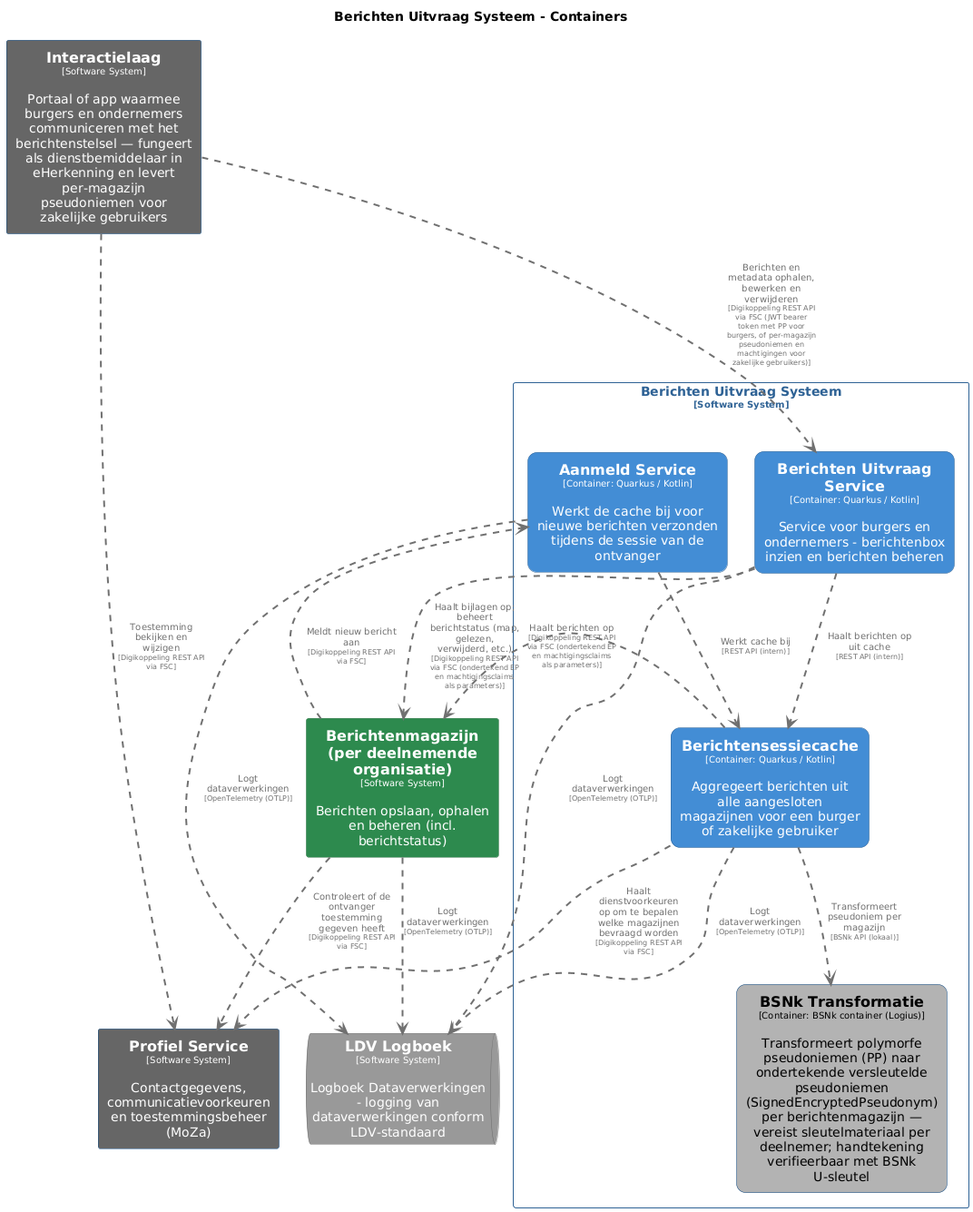
Earlier version of the PlantUML export pr-preview/pr-22/master/png/BerichtenUitvraagSysteemContainers.png (MinBZK/moza-poc-fbs-berichtenbox).
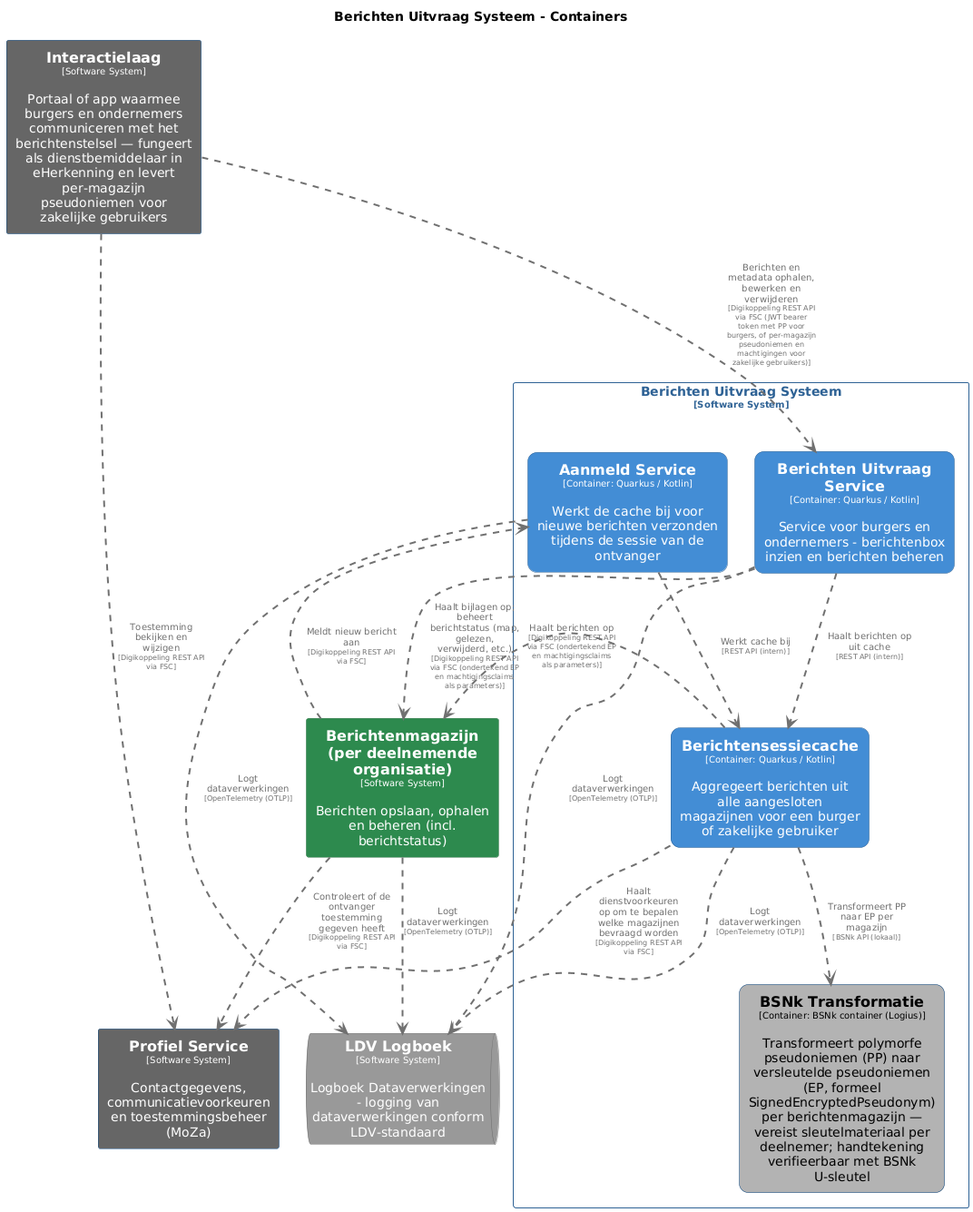
The same diagram one commit later.

Diff of the diagram source:
```diff
@@ -81,7 +81,7 @@
 rectangle "Berichten Uitvraag Systeem\n<size:10>[Software System]</size>" <<BerichtenUitvraagSysteem>> {
   rectangle "==Berichtensessiecache\n<size:10>[Container: Quarkus / Kotlin]</size>\n\nAggregeert berichten uit alle aangesloten magazijnen voor een burger of zakelijke gebruiker" <<BerichtenUitvraagSysteem.Berichtensessiecache>> as BerichtenUitvraagSysteem.Berichtensessiecache
   rectangle "==Berichten Uitvraag Service\n<size:10>[Container: Quarkus / Kotlin]</size>\n\nService voor burgers en ondernemers - berichtenbox inzien en berichten beheren" <<BerichtenUitvraagSysteem.BerichtenUitvraagService>> as BerichtenUitvraagSysteem.BerichtenUitvraagService
-  rectangle "==BSNk Transformatie\n<size:10>[Container: BSNk container (Logius)]</size>\n\nTransformeert polymorfe pseudoniemen (PP) naar ondertekende versleutelde pseudoniemen (SignedEncryptedPseudonym) per berichtenmagazijn — vereist sleutelmateriaal per deelnemer; handtekening verifieerbaar met BSNk U-sleutel" <<BerichtenUitvraagSysteem.BSNkTransformatie>> as BerichtenUitvraagSysteem.BSNkTransformatie
+  rectangle "==BSNk Transformatie\n<size:10>[Container: BSNk container (Logius)]</size>\n\nTransformeert polymorfe pseudoniemen (PP) naar versleutelde pseudoniemen (EP, formeel SignedEncryptedPseudonym) per berichtenmagazijn — vereist sleutelmateriaal per deelnemer; handtekening verifieerbaar met BSNk U-sleutel" <<BerichtenUitvraagSysteem.BSNkTransformatie>> as BerichtenUitvraagSysteem.BSNkTransformatie
   rectangle "==Aanmeld Service\n<size:10>[Container: Quarkus / Kotlin]</size>\n\nWerkt de cache bij voor nieuwe berichten verzonden tijdens de sessie van de ontvanger" <<BerichtenUitvraagSysteem.AanmeldService>> as BerichtenUitvraagSysteem.AanmeldService
 }
 
@@ -92,7 +92,7 @@
 BerichtenUitvraagSysteem.Berichtensessiecache .[#707070,thickness=2].> LDVLogboek : "<color:#707070>Logt dataverwerkingen\n<color:#707070><size:8>[OpenTelemetry (OTLP)]</size>"
 BerichtenUitvraagSysteem.BerichtenUitvraagService .[#707070,thickness=2].> LDVLogboek : "<color:#707070>Logt dataverwerkingen\n<color:#707070><size:8>[OpenTelemetry (OTLP)]</size>"
 BerichtenUitvraagSysteem.AanmeldService .[#707070,thickness=2].> LDVLogboek : "<color:#707070>Logt dataverwerkingen\n<color:#707070><size:8>[OpenTelemetry (OTLP)]</size>"
-BerichtenUitvraagSysteem.Berichtensessiecache .[#707070,thickness=2].> BerichtenUitvraagSysteem.BSNkTransformatie : "<color:#707070>Transformeert pseudoniem per magazijn\n<color:#707070><size:8>[BSNk API (lokaal)]</size>"
+BerichtenUitvraagSysteem.Berichtensessiecache .[#707070,thickness=2].> BerichtenUitvraagSysteem.BSNkTransformatie : "<color:#707070>Transformeert PP naar EP per magazijn\n<color:#707070><size:8>[BSNk API (lokaal)]</size>"
 BerichtenUitvraagSysteem.AanmeldService .[#707070,thickness=2].> BerichtenUitvraagSysteem.Berichtensessiecache : "<color:#707070>Werkt cache bij\n<color:#707070><size:8>[REST API (intern)]</size>"
 BerichtenUitvraagSysteem.BerichtenUitvraagService .[#707070,thickness=2].> BerichtenUitvraagSysteem.Berichtensessiecache : "<color:#707070>Haalt berichten op uit cache\n<color:#707070><size:8>[REST API (intern)]</size>"
 Interactielaag .[#707070,thickness=2].> BerichtenUitvraagSysteem.BerichtenUitvraagService : "<color:#707070>Berichten en metadata ophalen, bewerken en verwijderen\n<color:#707070><size:8>[Digikoppeling REST API via FSC (JWT bearer token met PP voor burgers, of per-magazijn pseudoniemen en machtigingen voor zakelijke gebruikers)]</size>"
```
